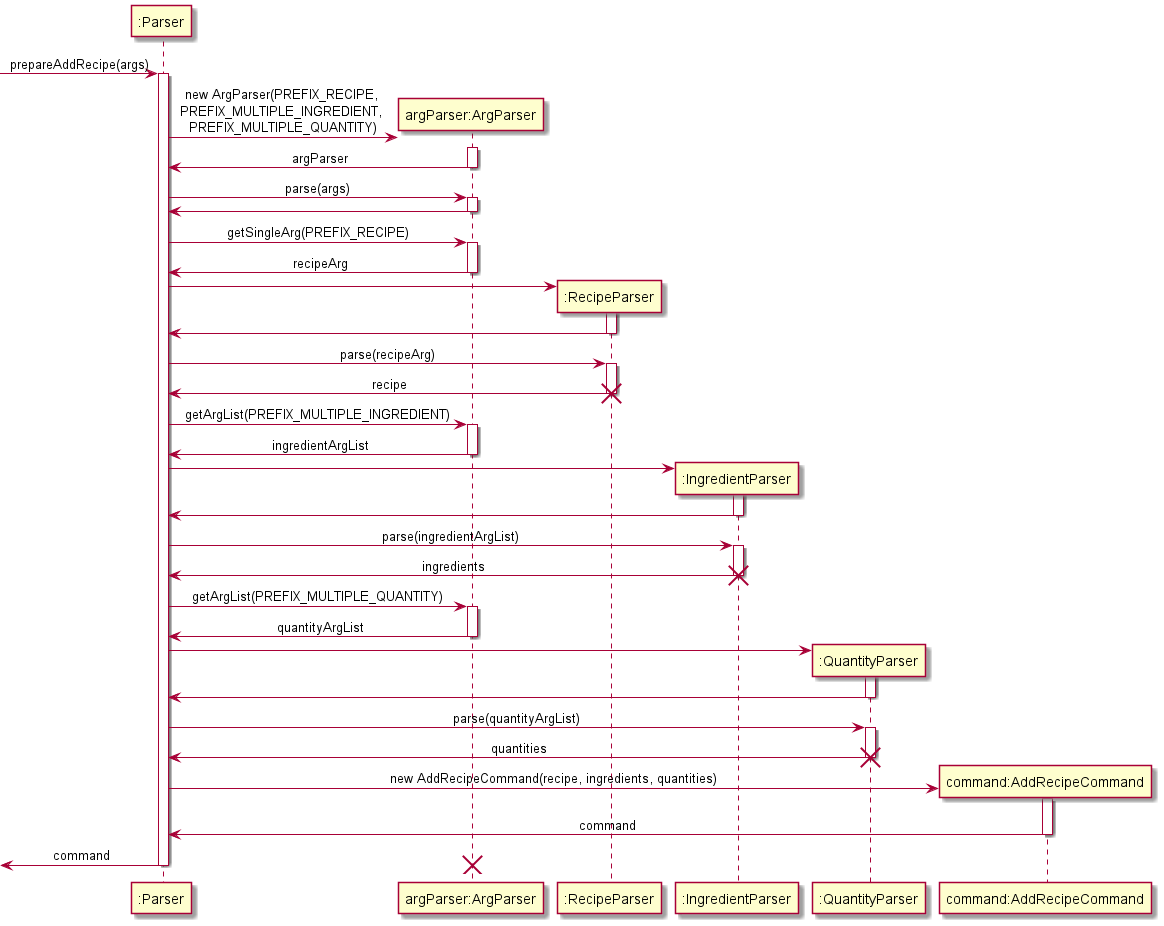
This is docs/diagrams/ParserSequenceDiagram.png from nus-cs2113-AY2122S1/tp, a PlantUML export, as it was before one commit. Source of this version:
```plantuml
@startuml
skinparam sequenceMessageAlign center

participant ":Parser" as Parser
participant "argParser:ArgParser" as ArgParser
participant ":RecipeParser" as RecipeParser
participant ":IngredientParser" as IngredientParser
participant ":QuantityParser" as QuantityParser
participant "command:AddRecipeCommand" as AddRecipeCommand

-> Parser: prepareAddRecipe(args)
activate Parser

create ArgParser
Parser -> ArgParser : new ArgParser(PREFIX_RECIPE, \nPREFIX_MULTIPLE_INGREDIENT, \nPREFIX_MULTIPLE_QUANTITY)
activate ArgParser
Parser <- ArgParser : argParser

deactivate ArgParser
Parser -> ArgParser : parse(args)
activate ArgParser
Parser <- ArgParser
deactivate ArgParser

Parser -> ArgParser : getSingleArg(PREFIX_RECIPE)
activate ArgParser
Parser <- ArgParser : recipeArg
deactivate ArgParser

create RecipeParser
Parser -> RecipeParser
activate RecipeParser
Parser <- RecipeParser
deactivate RecipeParser

Parser -> RecipeParser : parse(recipeArg)
activate RecipeParser
Parser <- RecipeParser : recipe
deactivate RecipeParser
destroy RecipeParser

Parser -> ArgParser : getArgList(PREFIX_MULTIPLE_INGREDIENT)
activate ArgParser
Parser <- ArgParser : ingredientArgList
deactivate ArgParser

create IngredientParser
Parser -> IngredientParser
activate IngredientParser
Parser <- IngredientParser
deactivate IngredientParser

Parser -> IngredientParser : parse(ingredientArgList)
activate IngredientParser
Parser <- IngredientParser : ingredients
deactivate IngredientParser
destroy IngredientParser

Parser -> ArgParser : getArgList(PREFIX_MULTIPLE_QUANTITY)
activate ArgParser
Parser <- ArgParser : quantityArgList
deactivate ArgParser


create QuantityParser
Parser -> QuantityParser
activate QuantityParser
Parser <- QuantityParser
deactivate QuantityParser

Parser -> QuantityParser : parse(quantityArgList)
activate QuantityParser
Parser <- QuantityParser : quantities
deactivate QuantityParser
destroy QuantityParser

create AddRecipeCommand
Parser -> AddRecipeCommand : new AddRecipeCommand(recipe, ingredients, quantities)
activate AddRecipeCommand
Parser <- AddRecipeCommand : command
deactivate AddRecipeCommand
<- Parser: command
deactivate Parser

destroy ArgParser

@enduml
```
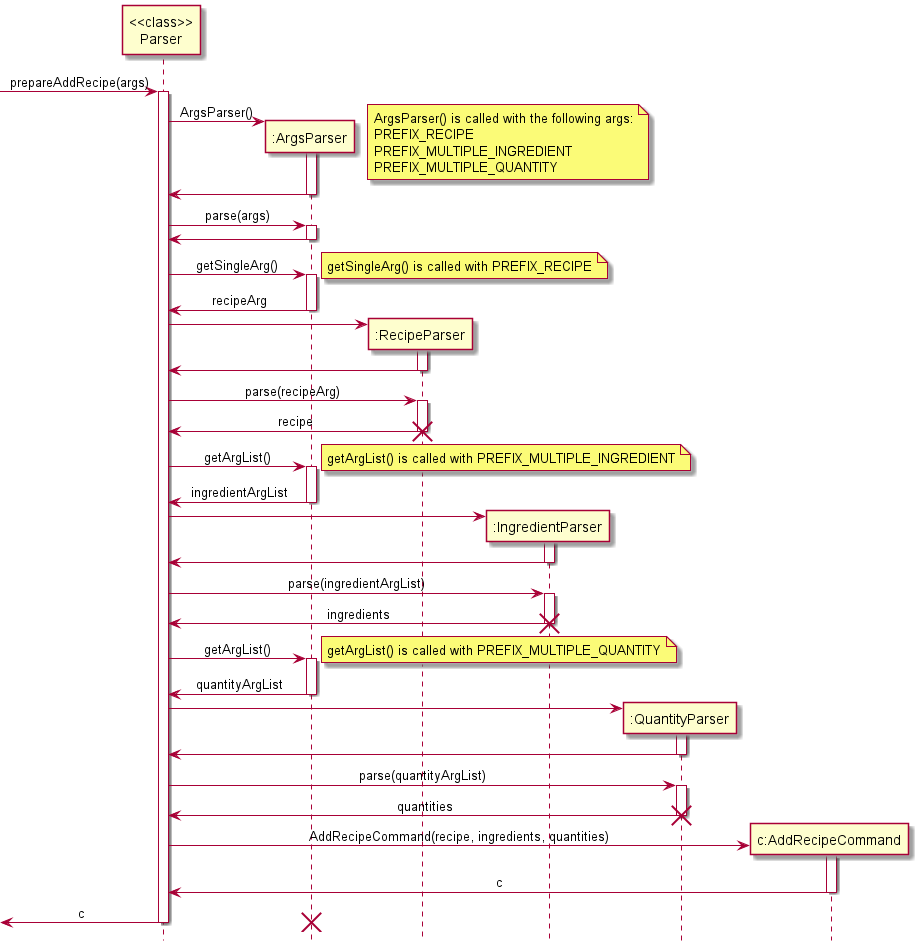
Later version of the same file.

Commit message:
Modify sequence diagram for parser

What changed in the source:
```diff
@@ -1,31 +1,42 @@
 @startuml
+!include style.puml
+
 skinparam sequenceMessageAlign center
 
-participant ":Parser" as Parser
-participant "argParser:ArgParser" as ArgParser
+participant "<<class>>\nParser" as Parser
+participant ":ArgsParser" as ArgsParser
 participant ":RecipeParser" as RecipeParser
 participant ":IngredientParser" as IngredientParser
 participant ":QuantityParser" as QuantityParser
-participant "command:AddRecipeCommand" as AddRecipeCommand
+participant "c:AddRecipeCommand" as AddRecipeCommand
 
 -> Parser: prepareAddRecipe(args)
 activate Parser
 
-create ArgParser
-Parser -> ArgParser : new ArgParser(PREFIX_RECIPE, \nPREFIX_MULTIPLE_INGREDIENT, \nPREFIX_MULTIPLE_QUANTITY)
-activate ArgParser
-Parser <- ArgParser : argParser
+create ArgsParser
+Parser -> ArgsParser : ArgsParser()
+note right
+ArgsParser() is called with the following args:
+PREFIX_RECIPE
+PREFIX_MULTIPLE_INGREDIENT
+PREFIX_MULTIPLE_QUANTITY
+end note
+activate ArgsParser
+Parser <- ArgsParser
 
-deactivate ArgParser
-Parser -> ArgParser : parse(args)
-activate ArgParser
-Parser <- ArgParser
-deactivate ArgParser
+deactivate ArgsParser
+Parser -> ArgsParser : parse(args)
+activate ArgsParser
+Parser <- ArgsParser
+deactivate ArgsParser
 
-Parser -> ArgParser : getSingleArg(PREFIX_RECIPE)
-activate ArgParser
-Parser <- ArgParser : recipeArg
-deactivate ArgParser
+Parser -> ArgsParser : getSingleArg()
+note right
+getSingleArg() is called with PREFIX_RECIPE
+end note
+activate ArgsParser
+Parser <- ArgsParser : recipeArg
+deactivate ArgsParser
 
 create RecipeParser
 Parser -> RecipeParser
@@ -39,10 +50,13 @@
 deactivate RecipeParser
 destroy RecipeParser
 
-Parser -> ArgParser : getArgList(PREFIX_MULTIPLE_INGREDIENT)
-activate ArgParser
-Parser <- ArgParser : ingredientArgList
-deactivate ArgParser
+Parser -> ArgsParser : getArgList()
+note right
+getArgList() is called with PREFIX_MULTIPLE_INGREDIENT
+end note
+activate ArgsParser
+Parser <- ArgsParser : ingredientArgList
+deactivate ArgsParser
 
 create IngredientParser
 Parser -> IngredientParser
@@ -56,10 +70,13 @@
 deactivate IngredientParser
 destroy IngredientParser
 
-Parser -> ArgParser : getArgList(PREFIX_MULTIPLE_QUANTITY)
-activate ArgParser
-Parser <- ArgParser : quantityArgList
-deactivate ArgParser
+Parser -> ArgsParser : getArgList()
+note right
+getArgList() is called with PREFIX_MULTIPLE_QUANTITY
+end note
+activate ArgsParser
+Parser <- ArgsParser : quantityArgList
+deactivate ArgsParser
 
 
 create QuantityParser
@@ -75,13 +92,12 @@
 destroy QuantityParser
 
 create AddRecipeCommand
-Parser -> AddRecipeCommand : new AddRecipeCommand(recipe, ingredients, quantities)
+Parser -> AddRecipeCommand : AddRecipeCommand(recipe, ingredients, quantities)
 activate AddRecipeCommand
-Parser <- AddRecipeCommand : command
+Parser <- AddRecipeCommand : c
 deactivate AddRecipeCommand
-<- Parser: command
+<- Parser: c
+destroy ArgsParser
 deactivate Parser
 
-destroy ArgParser
-
 @enduml
```
